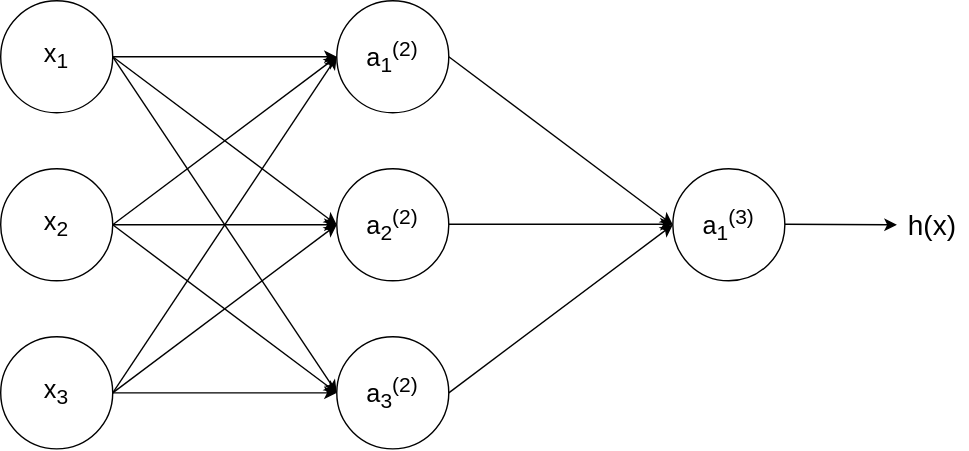
The draw.io diagram media/neural network.drawio.svg in arun-jathari/data-science-, before a commit. Source tidied: cells renumbered, new cells last; positions are measured from the earlier drawing's top-left corner, leaving out a move shared by most shapes. Its diagram source:
```xml
<mxGraphModel>
  <root>
    <mxCell id="0" />
    <mxCell id="1" parent="0" />
    <mxCell id="2" value="&lt;font style=&quot;font-size: 18px&quot;&gt;x&lt;sub&gt;1&lt;/sub&gt;&lt;/font&gt;" style="ellipse;whiteSpace=wrap;html=1;" parent="1" vertex="1">
      <mxGeometry width="80" height="80" as="geometry" />
    </mxCell>
    <mxCell id="3" value="&lt;font style=&quot;font-size: 18px&quot;&gt;x&lt;sub&gt;3&lt;/sub&gt;&lt;/font&gt;" style="ellipse;whiteSpace=wrap;html=1;" parent="1" vertex="1">
      <mxGeometry y="240" width="80" height="80" as="geometry" />
    </mxCell>
    <mxCell id="4" value="&lt;font style=&quot;font-size: 18px&quot;&gt;x&lt;sub&gt;2&lt;/sub&gt;&lt;/font&gt;" style="ellipse;whiteSpace=wrap;html=1;" parent="1" vertex="1">
      <mxGeometry y="120" width="80" height="80" as="geometry" />
    </mxCell>
    <mxCell id="5" value="&lt;font style=&quot;font-size: 18px&quot;&gt;a&lt;sub&gt;1&lt;/sub&gt;&lt;sup&gt;(2)&lt;/sup&gt;&lt;/font&gt;" style="ellipse;whiteSpace=wrap;html=1;" parent="1" vertex="1">
      <mxGeometry x="240" width="80" height="80" as="geometry" />
    </mxCell>
    <mxCell id="6" value="&lt;font style=&quot;font-size: 18px&quot;&gt;a&lt;sub&gt;3&lt;/sub&gt;&lt;sup&gt;(2)&lt;/sup&gt;&lt;/font&gt;" style="ellipse;whiteSpace=wrap;html=1;" parent="1" vertex="1">
      <mxGeometry x="240" y="240" width="80" height="80" as="geometry" />
    </mxCell>
    <mxCell id="7" value="&lt;font style=&quot;font-size: 18px&quot;&gt;a&lt;sub&gt;2&lt;/sub&gt;&lt;sup&gt;(2)&lt;/sup&gt;&lt;/font&gt;" style="ellipse;whiteSpace=wrap;html=1;" parent="1" vertex="1">
      <mxGeometry x="240" y="120" width="80" height="80" as="geometry" />
    </mxCell>
    <mxCell id="8" style="endArrow=classic;html=1;rounded=0;exitX=1;exitY=0.5;exitDx=0;exitDy=0;entryX=0;entryY=0.5;entryDx=0;entryDy=0;" parent="1" edge="1" source="2" target="5">
      <mxGeometry relative="1" as="geometry" />
    </mxCell>
    <mxCell id="9" style="endArrow=classic;html=1;rounded=0;exitX=1;exitY=0.5;exitDx=0;exitDy=0;entryX=0;entryY=0.5;entryDx=0;entryDy=0;" parent="1" edge="1" source="2" target="7">
      <mxGeometry relative="1" as="geometry" />
    </mxCell>
    <mxCell id="10" style="endArrow=classic;html=1;rounded=0;entryX=0;entryY=0.5;entryDx=0;entryDy=0;" parent="1" edge="1" target="6">
      <mxGeometry relative="1" as="geometry">
        <mxPoint x="80" y="40" as="sourcePoint" />
      </mxGeometry>
    </mxCell>
    <mxCell id="11" style="endArrow=classic;html=1;rounded=0;exitX=1;exitY=0.5;exitDx=0;exitDy=0;entryX=0;entryY=0.5;entryDx=0;entryDy=0;" parent="1" edge="1" source="4" target="5">
      <mxGeometry relative="1" as="geometry" />
    </mxCell>
    <mxCell id="12" style="endArrow=classic;html=1;rounded=0;exitX=1;exitY=0.5;exitDx=0;exitDy=0;entryX=0;entryY=0.5;entryDx=0;entryDy=0;" parent="1" edge="1" source="4" target="7">
      <mxGeometry relative="1" as="geometry" />
    </mxCell>
    <mxCell id="13" style="endArrow=classic;html=1;rounded=0;exitX=1;exitY=0.5;exitDx=0;exitDy=0;" parent="1" edge="1" source="4">
      <mxGeometry relative="1" as="geometry">
        <mxPoint x="240" y="280" as="targetPoint" />
      </mxGeometry>
    </mxCell>
    <mxCell id="14" style="endArrow=classic;html=1;rounded=0;exitX=1;exitY=0.5;exitDx=0;exitDy=0;entryX=0;entryY=0.5;entryDx=0;entryDy=0;" parent="1" edge="1" source="3" target="5">
      <mxGeometry relative="1" as="geometry" />
    </mxCell>
    <mxCell id="15" style="endArrow=classic;html=1;rounded=0;" parent="1" edge="1">
      <mxGeometry relative="1" as="geometry">
        <mxPoint x="80" y="280" as="sourcePoint" />
        <mxPoint x="240" y="160" as="targetPoint" />
      </mxGeometry>
    </mxCell>
    <mxCell id="16" style="endArrow=classic;html=1;rounded=0;entryX=0;entryY=0.5;entryDx=0;entryDy=0;exitX=1;exitY=0.5;exitDx=0;exitDy=0;" parent="1" edge="1" source="3" target="6">
      <mxGeometry relative="1" as="geometry" />
    </mxCell>
    <mxCell id="17" value="&lt;font style=&quot;font-size: 18px&quot;&gt;a&lt;sub&gt;1&lt;/sub&gt;&lt;sup&gt;(3)&lt;/sup&gt;&lt;/font&gt;" style="ellipse;whiteSpace=wrap;html=1;" parent="1" vertex="1">
      <mxGeometry x="480" y="120" width="80" height="80" as="geometry" />
    </mxCell>
    <mxCell id="18" style="endArrow=classic;html=1;rounded=0;exitX=1;exitY=0.5;exitDx=0;exitDy=0;entryX=0;entryY=0.5;entryDx=0;entryDy=0;" parent="1" edge="1">
      <mxGeometry relative="1" as="geometry">
        <mxPoint x="320" y="159.6" as="sourcePoint" />
        <mxPoint x="480" y="159.6" as="targetPoint" />
      </mxGeometry>
    </mxCell>
    <mxCell id="19" style="endArrow=classic;html=1;rounded=0;exitX=1;exitY=0.5;exitDx=0;exitDy=0;entryX=0;entryY=0.5;entryDx=0;entryDy=0;" parent="1" edge="1">
      <mxGeometry relative="1" as="geometry">
        <mxPoint x="320" y="40" as="sourcePoint" />
        <mxPoint x="480" y="160" as="targetPoint" />
      </mxGeometry>
    </mxCell>
    <mxCell id="20" style="endArrow=classic;html=1;rounded=0;" parent="1" edge="1">
      <mxGeometry relative="1" as="geometry">
        <mxPoint x="320" y="280" as="sourcePoint" />
        <mxPoint x="480" y="160" as="targetPoint" />
      </mxGeometry>
    </mxCell>
    <mxCell id="21" style="endArrow=classic;html=1;rounded=0;exitX=1;exitY=0.5;exitDx=0;exitDy=0;" parent="1" edge="1">
      <mxGeometry relative="1" as="geometry">
        <mxPoint x="560" y="159.6" as="sourcePoint" />
        <mxPoint x="640" y="160" as="targetPoint" />
      </mxGeometry>
    </mxCell>
    <mxCell id="22" value="&lt;font style=&quot;font-size: 20px&quot;&gt;h(x)&lt;/font&gt;" style="text;html=1;align=center;verticalAlign=middle;strokeColor=none;fillColor=none;" parent="1" vertex="1">
      <mxGeometry x="640" y="150" width="50" height="20" as="geometry" />
    </mxCell>
  </root>
</mxGraphModel>
```
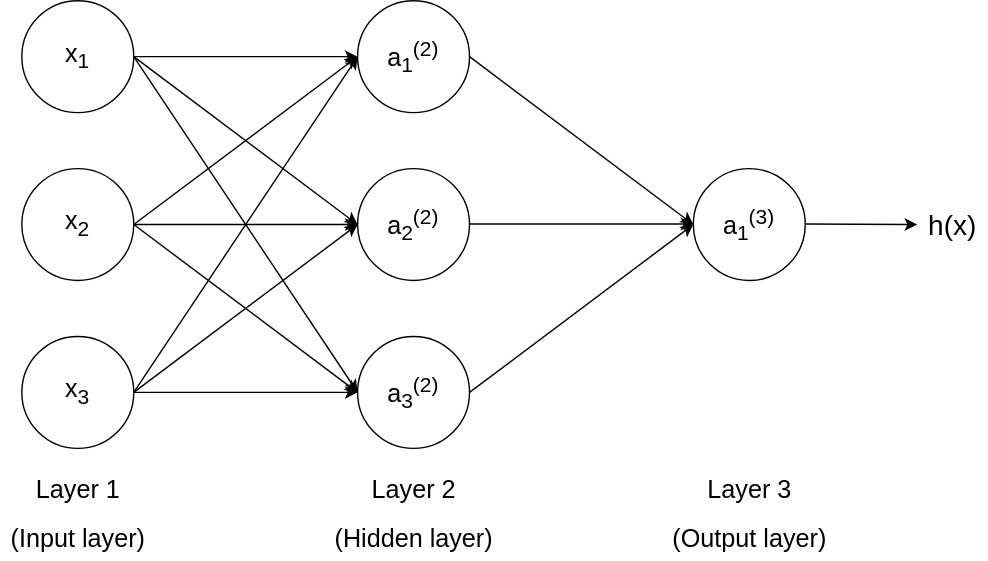
Later version of the same file.

Change to the diagram source:
```diff
@@ -84,5 +84,23 @@
     <mxCell id="22" value="&lt;font style=&quot;font-size: 20px&quot;&gt;h(x)&lt;/font&gt;" style="text;html=1;align=center;verticalAlign=middle;strokeColor=none;fillColor=none;" parent="1" vertex="1">
       <mxGeometry x="640" y="150" width="50" height="20" as="geometry" />
     </mxCell>
+    <mxCell id="23" value="Layer 1" style="text;html=1;align=center;verticalAlign=middle;strokeColor=none;fillColor=none;fontSize=18;" parent="1" vertex="1">
+      <mxGeometry y="335" width="80" height="30" as="geometry" />
+    </mxCell>
+    <mxCell id="24" value="Layer 2" style="text;html=1;align=center;verticalAlign=middle;strokeColor=none;fillColor=none;fontSize=18;" parent="1" vertex="1">
+      <mxGeometry x="240" y="335" width="80" height="30" as="geometry" />
+    </mxCell>
+    <mxCell id="25" value="Layer 3" style="text;html=1;align=center;verticalAlign=middle;strokeColor=none;fillColor=none;fontSize=18;" parent="1" vertex="1">
+      <mxGeometry x="480" y="335" width="80" height="30" as="geometry" />
+    </mxCell>
+    <mxCell id="26" value="(Input layer)" style="text;html=1;align=center;verticalAlign=middle;strokeColor=none;fillColor=none;fontSize=18;" parent="1" vertex="1">
+      <mxGeometry x="-15" y="370" width="110" height="30" as="geometry" />
+    </mxCell>
+    <mxCell id="27" value="(Hidden layer)" style="text;html=1;align=center;verticalAlign=middle;strokeColor=none;fillColor=none;fontSize=18;" parent="1" vertex="1">
+      <mxGeometry x="215" y="370" width="130" height="30" as="geometry" />
+    </mxCell>
+    <mxCell id="28" value="(Output layer)" style="text;html=1;align=center;verticalAlign=middle;strokeColor=none;fillColor=none;fontSize=18;" parent="1" vertex="1">
+      <mxGeometry x="455" y="370" width="130" height="30" as="geometry" />
+    </mxCell>
   </root>
 </mxGraphModel>
```
